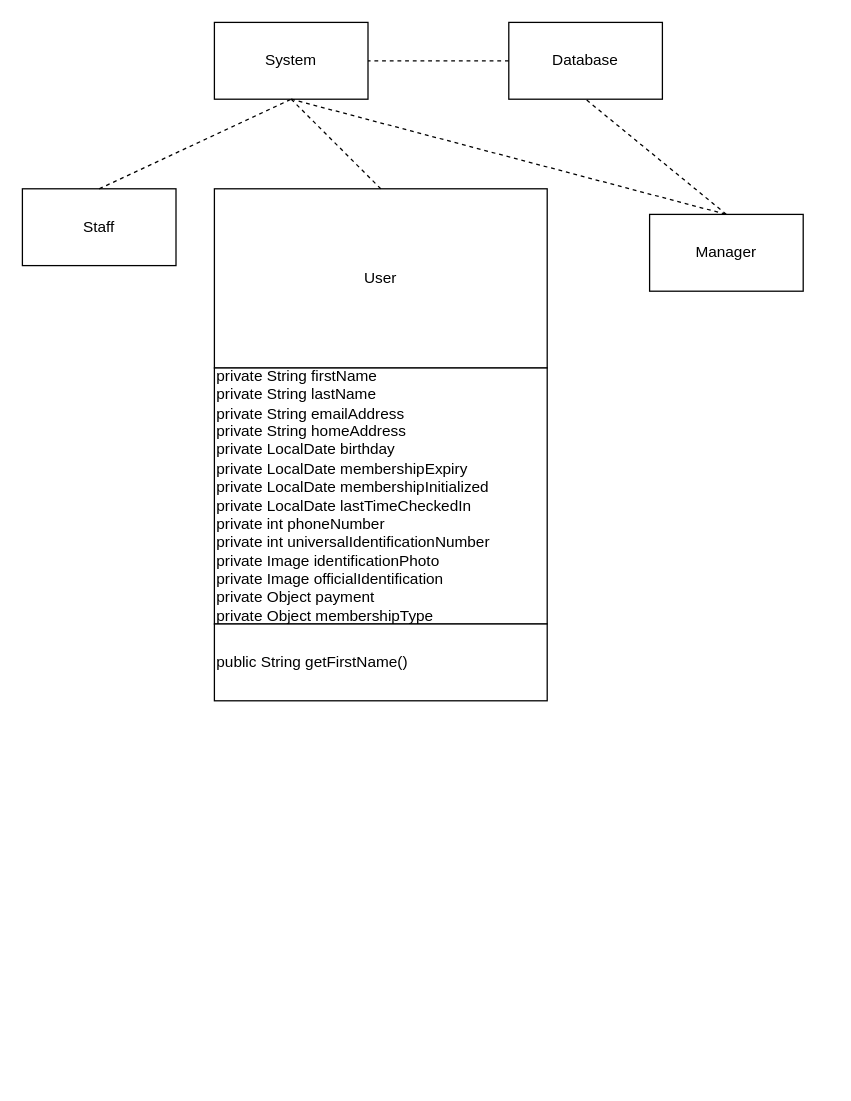
EricSpencer00/COMP330Group5 keeps this draw.io diagram as UMLDiagram.drawio. Above is the earlier version. Source tidied: cells renumbered, new cells numbered last; positions are measured from the earlier drawing's top-left corner, leaving out a move shared by most shapes. Both pictures are drawn from the tidied source at 128%, with x=0, y=0 at pixel (22, 22).
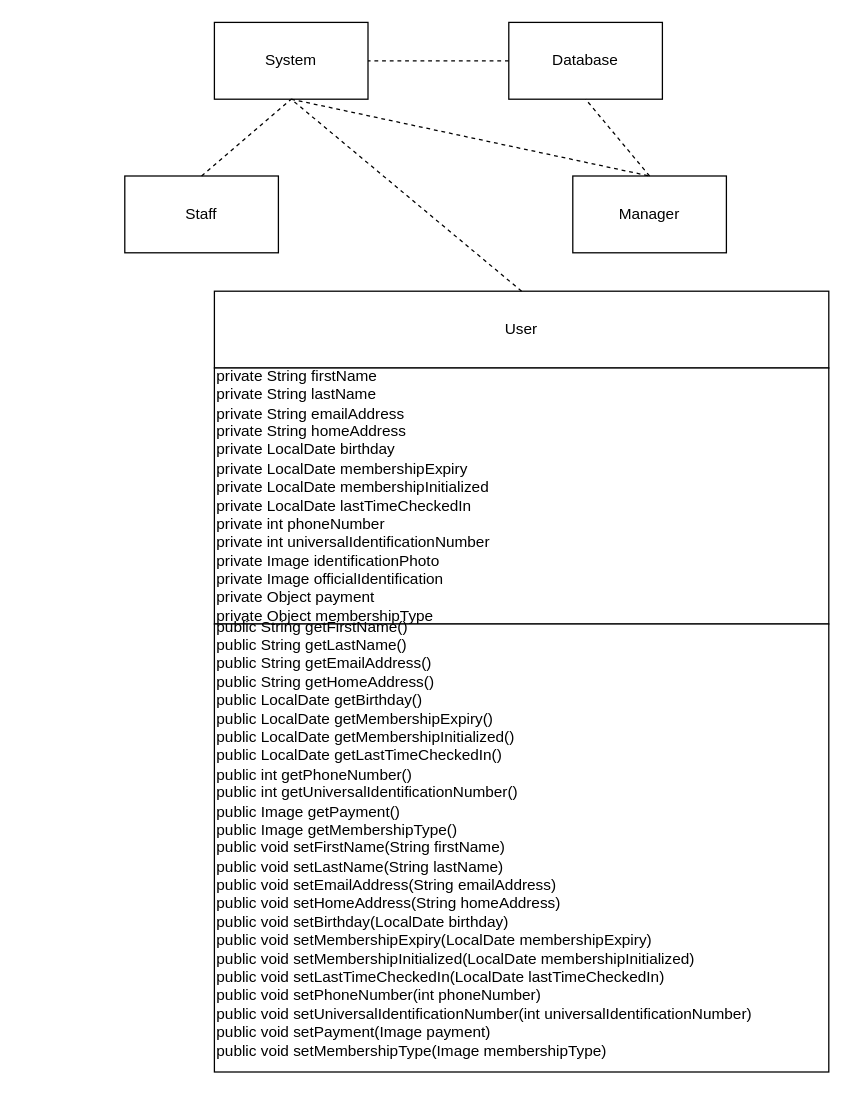
The same page after the edit.

Commit message:
getters and setters

Diff of the diagram source:
```diff
@@
 <mxGraphModel>
   <root>
     <mxCell id="0" />
     <mxCell id="1" parent="0" />
     <mxCell id="2" value="System" style="rounded=0;whiteSpace=wrap;html=1;" parent="1" vertex="1">
       <mxGeometry x="150" width="120" height="60" as="geometry" />
     </mxCell>
     <mxCell id="3" value="Database" style="rounded=0;whiteSpace=wrap;html=1;" parent="1" vertex="1">
       <mxGeometry x="380" width="120" height="60" as="geometry" />
     </mxCell>
     <mxCell id="4" value="User" style="rounded=0;whiteSpace=wrap;html=1;" parent="1" vertex="1">
-      <mxGeometry x="150" y="130" width="260" height="140" as="geometry" />
+      <mxGeometry x="150" y="210" width="480" height="60" as="geometry" />
     </mxCell>
     <mxCell id="5" style="endArrow=none;dashed=1;html=1;rounded=0;entryX=0.5;entryY=1;entryDx=0;entryDy=0;exitX=0.5;exitY=0;exitDx=0;exitDy=0;" parent="1" edge="1" source="4" target="2">
       <mxGeometry relative="1" as="geometry" />
     </mxCell>
     <mxCell id="6" value="Manager" style="rounded=0;whiteSpace=wrap;html=1;" parent="1" vertex="1">
-      <mxGeometry x="490" y="150" width="120" height="60" as="geometry" />
+      <mxGeometry x="430" y="120" width="120" height="60" as="geometry" />
     </mxCell>
     <mxCell id="7" value="Staff" style="rounded=0;whiteSpace=wrap;html=1;" parent="1" vertex="1">
-      <mxGeometry y="130" width="120" height="60" as="geometry" />
+      <mxGeometry x="80" y="120" width="120" height="60" as="geometry" />
     </mxCell>
     <mxCell id="8" style="endArrow=none;dashed=1;html=1;rounded=0;exitX=0.5;exitY=0;exitDx=0;exitDy=0;entryX=0.5;entryY=1;entryDx=0;entryDy=0;" parent="1" edge="1" source="7" target="2">
       <mxGeometry relative="1" as="geometry" />
     </mxCell>
     <mxCell id="9" style="endArrow=none;dashed=1;html=1;rounded=0;entryX=0.5;entryY=0;entryDx=0;entryDy=0;exitX=0.5;exitY=1;exitDx=0;exitDy=0;" parent="1" edge="1" source="2" target="6">
       <mxGeometry relative="1" as="geometry" />
     </mxCell>
     <mxCell id="10" style="endArrow=none;dashed=1;html=1;rounded=0;entryX=1;entryY=0.5;entryDx=0;entryDy=0;exitX=0;exitY=0.5;exitDx=0;exitDy=0;" parent="1" edge="1" source="3" target="2">
       <mxGeometry relative="1" as="geometry" />
     </mxCell>
     <mxCell id="11" style="endArrow=none;dashed=1;html=1;rounded=0;exitX=0.5;exitY=0;exitDx=0;exitDy=0;entryX=0.5;entryY=1;entryDx=0;entryDy=0;" parent="1" edge="1" source="6" target="3">
       <mxGeometry relative="1" as="geometry" />
     </mxCell>
     <mxCell id="12" value="private String firstName&lt;div&gt;private String lastName&lt;/div&gt;&lt;div&gt;private String emailAddress&lt;/div&gt;&lt;div&gt;private String homeAddress&lt;/div&gt;&lt;div&gt;private LocalDate birthday&lt;/div&gt;&lt;div&gt;private LocalDate membershipExpiry&lt;/div&gt;&lt;div&gt;private LocalDate membershipInitialized&lt;/div&gt;&lt;div&gt;private LocalDate lastTimeCheckedIn&lt;/div&gt;&lt;div&gt;private int phoneNumber&lt;/div&gt;&lt;div&gt;private int universalIdentificationNumber&lt;/div&gt;&lt;div&gt;private Image identificationPhoto&lt;/div&gt;&lt;div&gt;private Image officialIdentification&lt;/div&gt;&lt;div&gt;private Object payment&lt;/div&gt;&lt;div&gt;private Object membershipType&amp;nbsp;&lt;/div&gt;" style="rounded=0;whiteSpace=wrap;html=1;align=left;" parent="1" vertex="1">
-      <mxGeometry x="150" y="270" width="260" height="200" as="geometry" />
+      <mxGeometry x="150" y="270" width="480" height="200" as="geometry" />
     </mxCell>
-    <mxCell id="13" value="public String getFirstName()" style="rounded=0;whiteSpace=wrap;html=1;align=left;" parent="1" vertex="1">
-      <mxGeometry x="150" y="470" width="260" height="60" as="geometry" />
+    <mxCell id="13" value="public String getFirstName()&lt;div&gt;public String getLastName()&lt;/div&gt;&lt;div&gt;public String getEmailAddress()&lt;/div&gt;&lt;div&gt;public String getHomeAddress()&lt;/div&gt;&lt;div&gt;public LocalDate getBirthday()&lt;/div&gt;&lt;div&gt;public LocalDate getMembershipExpiry()&lt;br&gt;&lt;/div&gt;&lt;div&gt;public LocalDate getMembershipInitialized()&lt;br&gt;&lt;/div&gt;&lt;div&gt;public LocalDate getLastTimeCheckedIn()&lt;br&gt;&lt;/div&gt;&lt;div&gt;public int getPhoneNumber()&lt;/div&gt;&lt;div&gt;public int getUniversalIdentificationNumber()&lt;br&gt;&lt;/div&gt;&lt;div&gt;public Image getPayment()&lt;br&gt;&lt;/div&gt;&lt;div&gt;public Image getMembershipType()&lt;/div&gt;&lt;div&gt;&lt;div&gt;public void setFirstName(String firstName)&amp;nbsp;&lt;/div&gt;&lt;div&gt;public void setLastName(String lastName)&amp;nbsp;&lt;/div&gt;&lt;div&gt;public void setEmailAddress(String emailAddress)&amp;nbsp;&lt;/div&gt;&lt;div&gt;public void setHomeAddress(String homeAddress)&amp;nbsp;&lt;/div&gt;&lt;div&gt;public void setBirthday(LocalDate birthday)&amp;nbsp;&lt;/div&gt;&lt;div&gt;public void setMembershipExpiry(LocalDate membershipExpiry)&amp;nbsp;&lt;/div&gt;&lt;div&gt;public void setMembershipInitialized(LocalDate membershipInitialized)&amp;nbsp;&lt;/div&gt;&lt;div&gt;public void setLastTimeCheckedIn(LocalDate lastTimeCheckedIn)&amp;nbsp;&lt;/div&gt;&lt;div&gt;public void setPhoneNumber(int phoneNumber)&amp;nbsp;&lt;/div&gt;&lt;div&gt;public void setUniversalIdentificationNumber(int universalIdentificationNumber)&amp;nbsp;&lt;/div&gt;&lt;div&gt;public void setPayment(Image payment)&amp;nbsp;&lt;/div&gt;&lt;div&gt;public void setMembershipType(Image membershipType)&amp;nbsp;&lt;/div&gt;&lt;/div&gt;&lt;div&gt;&lt;br&gt;&lt;/div&gt;" style="rounded=0;whiteSpace=wrap;html=1;align=left;" parent="1" vertex="1">
+      <mxGeometry x="150" y="470" width="480" height="350" as="geometry" />
     </mxCell>
   </root>
 </mxGraphModel>
```
